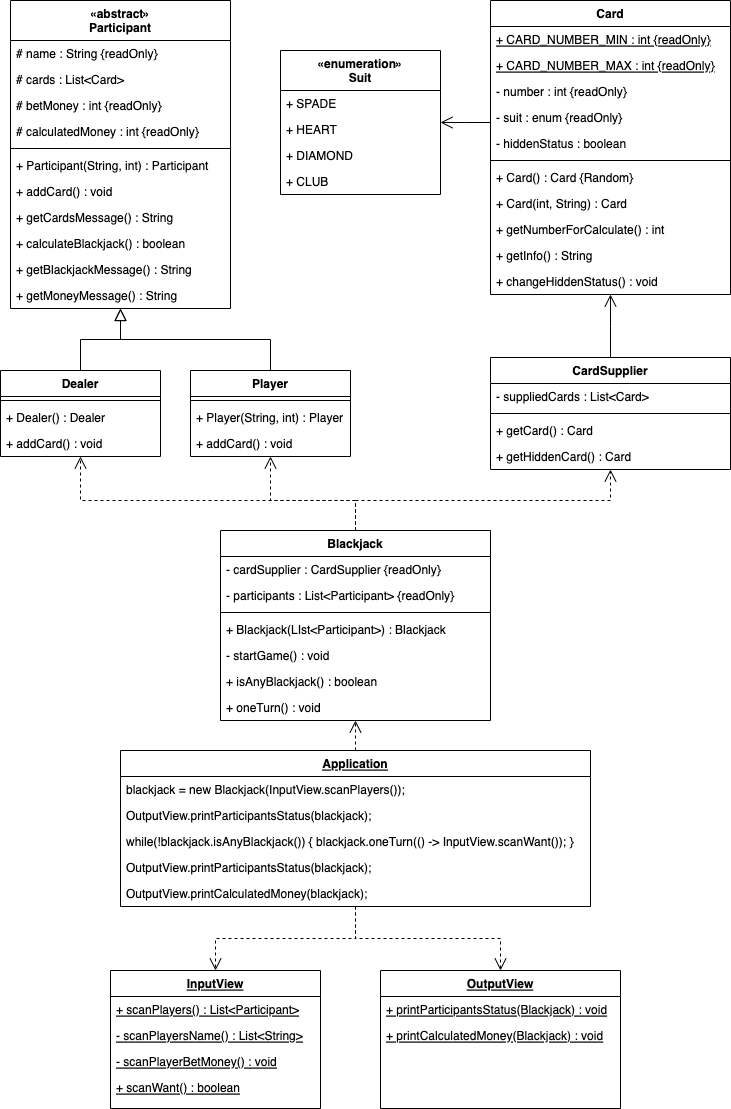
muttjimmypark/java-blackjack-playground keeps this draw.io diagram as DiagramBlackjack.drawio.png. Above is the earlier version. Source tidied: cells renumbered, new cells last; positions are measured from the earlier drawing's top-left corner, leaving out a move shared by most shapes.
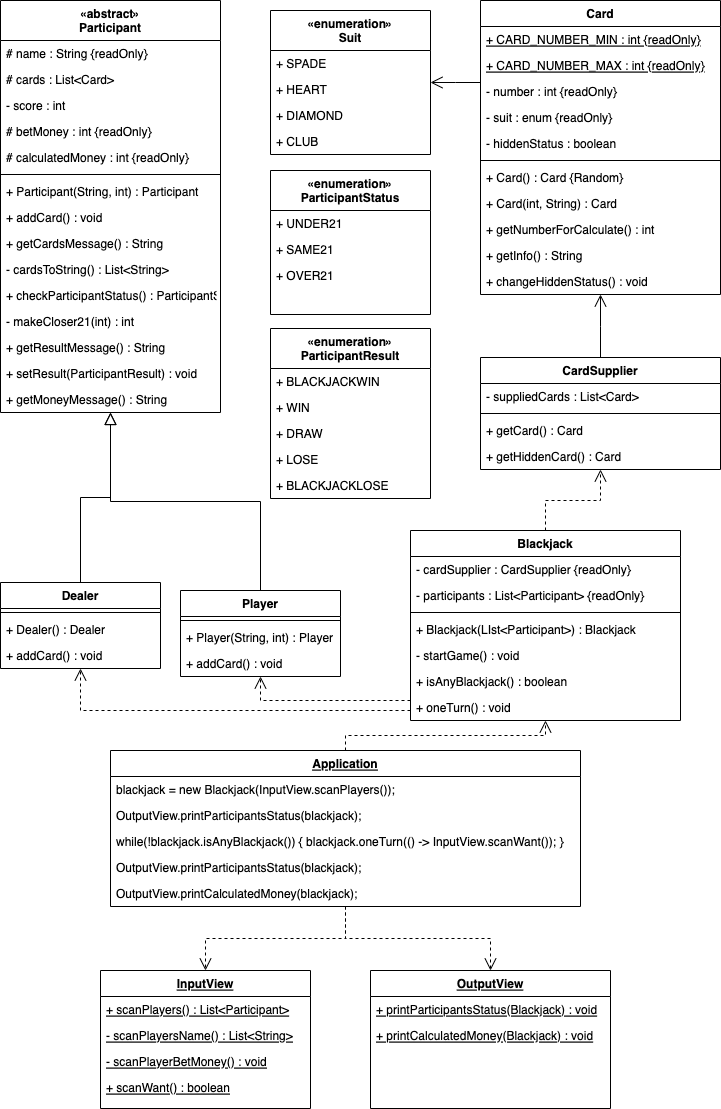
The same file after the commit.

Commit message:
fix(DiagramBlackjack) : modify structure - Participant

Diff of the diagram source:
```diff
@@ -3,7 +3,7 @@
     <mxCell id="0" />
     <mxCell id="1" parent="0" />
     <mxCell id="2" value="«abstract»&#10;Participant" style="swimlane;fontStyle=1;align=center;verticalAlign=middle;horizontal=1;startSize=40;rounded=0;shadow=0;strokeWidth=1;" parent="1" vertex="1">
-      <mxGeometry x="10" width="220" height="308" as="geometry" />
+      <mxGeometry x="10" width="220" height="412" as="geometry" />
     </mxCell>
     <mxCell id="3" value="# name : String {readOnly}" style="text;align=left;verticalAlign=top;spacingLeft=4;spacingRight=4;overflow=hidden;" parent="2" vertex="1">
       <mxGeometry y="40" width="220" height="26" as="geometry" />
@@ -11,35 +11,47 @@
     <mxCell id="4" value="# cards : List&lt;Card&gt;" style="text;align=left;verticalAlign=top;spacingLeft=4;spacingRight=4;overflow=hidden;" parent="2" vertex="1">
       <mxGeometry y="66" width="220" height="26" as="geometry" />
     </mxCell>
+    <mxCell id="76" value="- score : int" style="text;align=left;verticalAlign=top;spacingLeft=4;spacingRight=4;overflow=hidden;" parent="2" vertex="1">
+      <mxGeometry y="92" width="220" height="26" as="geometry" />
+    </mxCell>
     <mxCell id="5" value="# betMoney : int {readOnly}" style="text;align=left;verticalAlign=top;spacingLeft=4;spacingRight=4;overflow=hidden;" parent="2" vertex="1">
-      <mxGeometry y="92" width="220" height="26" as="geometry" />
+      <mxGeometry y="118" width="220" height="26" as="geometry" />
     </mxCell>
     <mxCell id="6" value="# calculatedMoney : int {readOnly}" style="text;align=left;verticalAlign=top;spacingLeft=4;spacingRight=4;overflow=hidden;" parent="2" vertex="1">
-      <mxGeometry y="118" width="220" height="26" as="geometry" />
+      <mxGeometry y="144" width="220" height="26" as="geometry" />
     </mxCell>
     <mxCell id="7" style="line;html=1;strokeWidth=1;align=left;verticalAlign=middle;spacingTop=-1;spacingLeft=3;spacingRight=3;labelPosition=right;" parent="2" vertex="1">
-      <mxGeometry y="144" width="220" height="8" as="geometry" />
+      <mxGeometry y="170" width="220" height="8" as="geometry" />
     </mxCell>
     <mxCell id="8" value="+ Participant(String, int) : Participant" style="text;align=left;verticalAlign=top;spacingLeft=4;spacingRight=4;overflow=hidden;" parent="2" vertex="1">
-      <mxGeometry y="152" width="220" height="26" as="geometry" />
+      <mxGeometry y="178" width="220" height="26" as="geometry" />
     </mxCell>
     <mxCell id="9" value="+ addCard() : void" style="text;align=left;verticalAlign=top;spacingLeft=4;spacingRight=4;overflow=hidden;" parent="2" vertex="1">
-      <mxGeometry y="178" width="220" height="26" as="geometry" />
+      <mxGeometry y="204" width="220" height="26" as="geometry" />
     </mxCell>
     <mxCell id="10" value="+ getCardsMessage() : String" style="text;align=left;verticalAlign=top;spacingLeft=4;spacingRight=4;overflow=hidden;" parent="2" vertex="1">
-      <mxGeometry y="204" width="220" height="26" as="geometry" />
+      <mxGeometry y="230" width="220" height="26" as="geometry" />
     </mxCell>
+    <mxCell id="77" value="- cardsToString() : List&lt;String&gt;" style="text;align=left;verticalAlign=top;spacingLeft=4;spacingRight=4;overflow=hidden;" parent="2" vertex="1">
+      <mxGeometry y="256" width="220" height="26" as="geometry" />
+    </mxCell>
-    <mxCell id="11" value="+ calculateBlackjack() : boolean" style="text;align=left;verticalAlign=top;spacingLeft=4;spacingRight=4;overflow=hidden;" parent="2" vertex="1">
-      <mxGeometry y="230" width="220" height="26" as="geometry" />
+    <mxCell id="11" value="+ checkParticipantStatus() : ParticipantStatus" style="text;align=left;verticalAlign=top;spacingLeft=4;spacingRight=4;overflow=hidden;" parent="2" vertex="1">
+      <mxGeometry y="282" width="220" height="26" as="geometry" />
     </mxCell>
-    <mxCell id="12" value="+ getBlackjackMessage() : String" style="text;align=left;verticalAlign=top;spacingLeft=4;spacingRight=4;overflow=hidden;" parent="2" vertex="1">
-      <mxGeometry y="256" width="220" height="26" as="geometry" />
+    <mxCell id="12" value="- makeCloser21(int) : int" style="text;align=left;verticalAlign=top;spacingLeft=4;spacingRight=4;overflow=hidden;" parent="2" vertex="1">
+      <mxGeometry y="308" width="220" height="26" as="geometry" />
     </mxCell>
-    <mxCell id="13" value="+ getMoneyMessage() : String" style="text;align=left;verticalAlign=top;spacingLeft=4;spacingRight=4;overflow=hidden;" parent="2" vertex="1">
-      <mxGeometry y="282" width="220" height="26" as="geometry" />
+    <mxCell id="13" value="+ getResultMessage() : String" style="text;align=left;verticalAlign=top;spacingLeft=4;spacingRight=4;overflow=hidden;" parent="2" vertex="1">
+      <mxGeometry y="334" width="220" height="26" as="geometry" />
     </mxCell>
+    <mxCell id="78" value="+ setResult(ParticipantResult) : void" style="text;align=left;verticalAlign=top;spacingLeft=4;spacingRight=4;overflow=hidden;" parent="2" vertex="1">
+      <mxGeometry y="360" width="220" height="26" as="geometry" />
+    </mxCell>
+    <mxCell id="79" value="+ getMoneyMessage() : String" style="text;align=left;verticalAlign=top;spacingLeft=4;spacingRight=4;overflow=hidden;" parent="2" vertex="1">
+      <mxGeometry y="386" width="220" height="26" as="geometry" />
+    </mxCell>
     <mxCell id="14" value="Dealer" style="swimlane;fontStyle=1;align=center;verticalAlign=top;horizontal=1;startSize=26;rounded=0;shadow=0;strokeWidth=1;" parent="1" vertex="1">
-      <mxGeometry y="370" width="160" height="86" as="geometry" />
+      <mxGeometry x="10" y="582" width="160" height="86" as="geometry" />
     </mxCell>
     <mxCell id="15" style="line;html=1;strokeWidth=1;align=left;verticalAlign=middle;spacingTop=-1;spacingLeft=3;spacingRight=3;labelPosition=right;" parent="14" vertex="1">
       <mxGeometry y="26" width="160" height="8" as="geometry" />
@@ -54,7 +66,7 @@
       <mxGeometry relative="1" as="geometry" />
     </mxCell>
     <mxCell id="19" value="Player" style="swimlane;fontStyle=1;align=center;verticalAlign=top;horizontal=1;startSize=26;rounded=0;shadow=0;strokeWidth=1;" parent="1" vertex="1">
-      <mxGeometry x="190" y="370" width="160" height="86" as="geometry" />
+      <mxGeometry x="190" y="590" width="160" height="86" as="geometry" />
     </mxCell>
     <mxCell id="20" style="line;html=1;strokeWidth=1;align=left;verticalAlign=middle;spacingTop=-1;spacingLeft=3;spacingRight=3;labelPosition=right;" parent="19" vertex="1">
       <mxGeometry y="26" width="160" height="8" as="geometry" />
@@ -120,7 +132,7 @@
       <mxGeometry y="86" width="240" height="26" as="geometry" />
     </mxCell>
     <mxCell id="41" value="Blackjack" style="swimlane;fontStyle=1;align=center;verticalAlign=top;horizontal=1;startSize=26;rounded=0;shadow=0;strokeWidth=1;" parent="1" vertex="1">
-      <mxGeometry x="220" y="530" width="270" height="190" as="geometry" />
+      <mxGeometry x="420" y="530" width="270" height="190" as="geometry" />
     </mxCell>
     <mxCell id="42" value="- cardSupplier : CardSupplier {readOnly}" style="text;align=left;verticalAlign=top;spacingLeft=4;spacingRight=4;overflow=hidden;rounded=0;shadow=0;html=0;" parent="41" vertex="1">
       <mxGeometry y="26" width="270" height="26" as="geometry" />
@@ -191,6 +203,7 @@
     <mxCell id="64" style="endArrow=open;endSize=10;endFill=0;shadow=0;strokeWidth=1;rounded=0;edgeStyle=elbowEdgeStyle;elbow=vertical;dashed=1;" parent="1" edge="1" source="41" target="14">
       <mxGeometry relative="1" as="geometry">
         <Array as="points">
+          <mxPoint x="90" y="710" />
           <mxPoint x="355" y="500" />
         </Array>
       </mxGeometry>
@@ -198,6 +211,7 @@
     <mxCell id="65" style="endArrow=open;endSize=10;endFill=0;shadow=0;strokeWidth=1;rounded=0;edgeStyle=elbowEdgeStyle;elbow=vertical;dashed=1;" parent="1" edge="1" source="41" target="19">
       <mxGeometry relative="1" as="geometry">
         <Array as="points">
+          <mxPoint x="270" y="700" />
           <mxPoint x="355" y="500" />
         </Array>
       </mxGeometry>
@@ -215,7 +229,7 @@
       <mxGeometry relative="1" as="geometry" />
     </mxCell>
     <mxCell id="70" value="«enumeration»&#10;Suit" style="swimlane;fontStyle=1;align=center;verticalAlign=top;horizontal=1;startSize=40;rounded=0;shadow=0;strokeWidth=1;" parent="1" vertex="1">
-      <mxGeometry x="280" y="50" width="160" height="144" as="geometry" />
+      <mxGeometry x="280" y="10" width="160" height="144" as="geometry" />
     </mxCell>
     <mxCell id="71" value="+ SPADE" style="text;align=left;verticalAlign=top;spacingLeft=4;spacingRight=4;overflow=hidden;" parent="70" vertex="1">
       <mxGeometry y="40" width="160" height="26" as="geometry" />
@@ -232,5 +246,35 @@
     <mxCell id="75" style="endArrow=open;endSize=10;endFill=0;shadow=0;strokeWidth=1;rounded=0;edgeStyle=elbowEdgeStyle;elbow=vertical;" parent="1" edge="1" source="24" target="70">
       <mxGeometry relative="1" as="geometry" />
     </mxCell>
+    <mxCell id="80" value="«enumeration»&#10;ParticipantStatus" style="swimlane;fontStyle=1;align=center;verticalAlign=top;horizontal=1;startSize=40;rounded=0;shadow=0;strokeWidth=1;" parent="1" vertex="1">
+      <mxGeometry x="280" y="170" width="160" height="144" as="geometry" />
+    </mxCell>
+    <mxCell id="81" value="+ UNDER21" style="text;align=left;verticalAlign=top;spacingLeft=4;spacingRight=4;overflow=hidden;" parent="80" vertex="1">
+      <mxGeometry y="40" width="160" height="26" as="geometry" />
+    </mxCell>
+    <mxCell id="82" value="+ SAME21" style="text;align=left;verticalAlign=top;spacingLeft=4;spacingRight=4;overflow=hidden;" parent="80" vertex="1">
+      <mxGeometry y="66" width="160" height="26" as="geometry" />
+    </mxCell>
+    <mxCell id="83" value="+ OVER21" style="text;align=left;verticalAlign=top;spacingLeft=4;spacingRight=4;overflow=hidden;" parent="80" vertex="1">
+      <mxGeometry y="92" width="160" height="26" as="geometry" />
+    </mxCell>
+    <mxCell id="84" value="«enumeration»&#10;ParticipantResult" style="swimlane;fontStyle=1;align=center;verticalAlign=top;horizontal=1;startSize=40;rounded=0;shadow=0;strokeWidth=1;" parent="1" vertex="1">
+      <mxGeometry x="280" y="328" width="160" height="170" as="geometry" />
+    </mxCell>
+    <mxCell id="85" value="+ BLACKJACKWIN" style="text;align=left;verticalAlign=top;spacingLeft=4;spacingRight=4;overflow=hidden;" parent="84" vertex="1">
+      <mxGeometry y="40" width="160" height="26" as="geometry" />
+    </mxCell>
+    <mxCell id="86" value="+ WIN" style="text;align=left;verticalAlign=top;spacingLeft=4;spacingRight=4;overflow=hidden;" parent="84" vertex="1">
+      <mxGeometry y="66" width="160" height="26" as="geometry" />
+    </mxCell>
+    <mxCell id="87" value="+ DRAW" style="text;align=left;verticalAlign=top;spacingLeft=4;spacingRight=4;overflow=hidden;" parent="84" vertex="1">
+      <mxGeometry y="92" width="160" height="26" as="geometry" />
+    </mxCell>
+    <mxCell id="88" value="+ LOSE" style="text;align=left;verticalAlign=top;spacingLeft=4;spacingRight=4;overflow=hidden;" parent="84" vertex="1">
+      <mxGeometry y="118" width="160" height="26" as="geometry" />
+    </mxCell>
+    <mxCell id="89" value="+ BLACKJACKLOSE" style="text;align=left;verticalAlign=top;spacingLeft=4;spacingRight=4;overflow=hidden;" parent="84" vertex="1">
+      <mxGeometry y="144" width="160" height="26" as="geometry" />
+    </mxCell>
   </root>
 </mxGraphModel>
```
